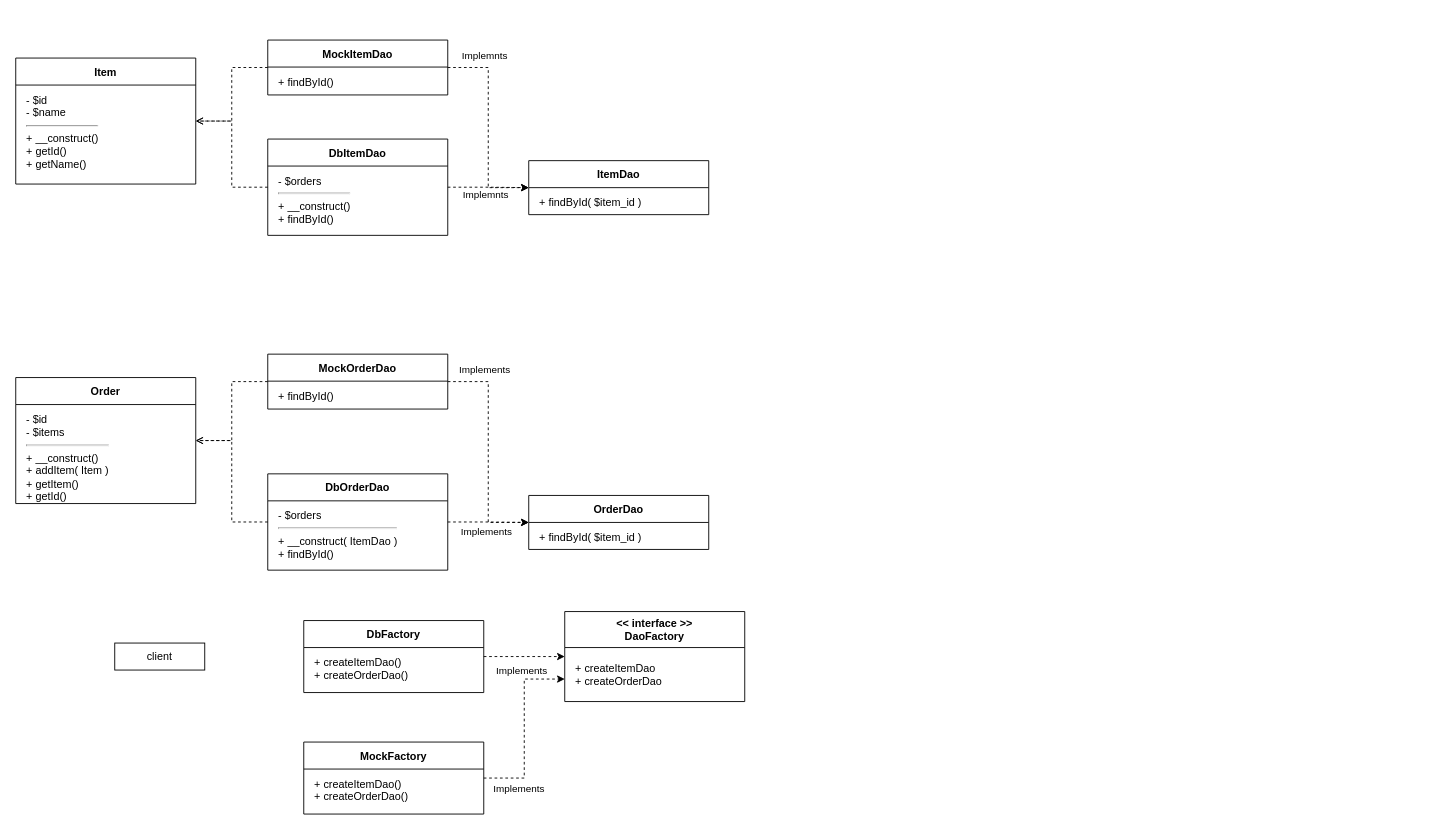
hanahageWanko/php-project keeps this draw.io diagram as design-pattern/AbstractFactory/class-diagram.drawio. Above is the earlier version. Source tidied: cells renumbered, new cells numbered last; positions are measured from the earlier drawing's top-left corner, leaving out a move shared by most shapes. Both pictures are drawn from the tidied source at 90%, with x=0, y=0 at pixel (15, 40).
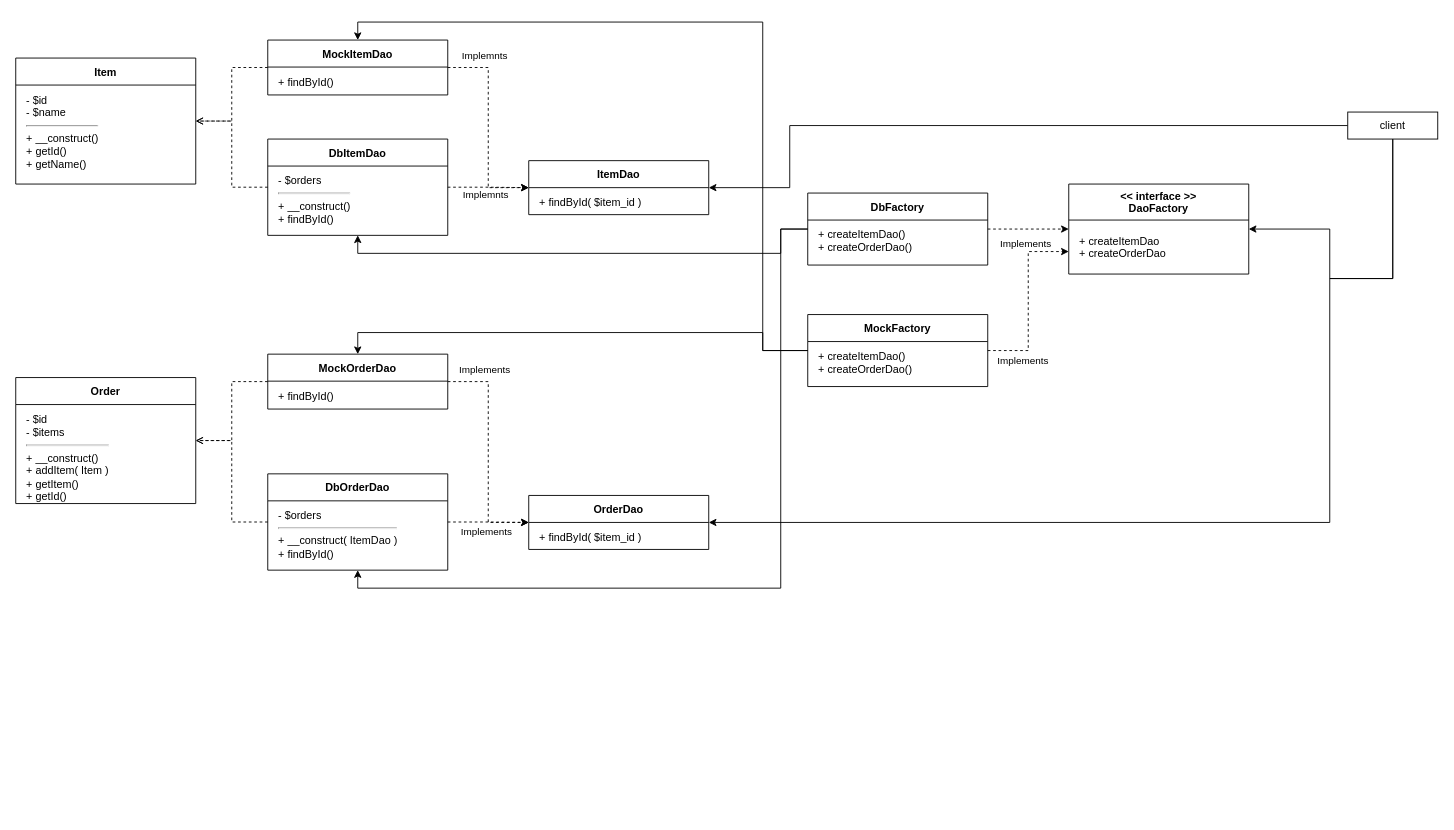
Above is the later version.

Commit message (it also covers changes not shown here):
update design-pattern<Abstract Factory> design-diagram

The change refers to these unchanged cells:
```xml
<mxCell id="13" value="ItemDao" style="swimlane;startSize=30;" parent="1" vertex="1">
  <mxGeometry x="570" y="134" width="200" height="60" as="geometry" />
</mxCell>
<mxCell id="15" value="OrderDao" style="swimlane;startSize=30;" parent="1" vertex="1">
  <mxGeometry x="570" y="506" width="200" height="60" as="geometry" />
</mxCell>
<mxCell id="20" value="DbOrderDao" style="swimlane;startSize=30;" parent="1" vertex="1">
  <mxGeometry x="280" y="482" width="200" height="107" as="geometry" />
</mxCell>
<mxCell id="25" value="DbItemDao" style="swimlane;startSize=30;" parent="1" vertex="1">
  <mxGeometry x="280" y="110" width="200" height="107" as="geometry" />
</mxCell>
<mxCell id="30" value="MockOrderDao" style="swimlane;startSize=30;" parent="1" vertex="1">
  <mxGeometry x="280" y="349" width="200" height="61" as="geometry" />
</mxCell>
<mxCell id="35" value="MockItemDao" style="swimlane;startSize=30;" parent="1" vertex="1">
  <mxGeometry x="280" width="200" height="61" as="geometry" />
</mxCell>
```

The edit, as a diff of the source:
```diff
@@
+    <mxCell id="41" style="edgeStyle=orthogonalEdgeStyle;rounded=0;jettySize=auto;html=1;entryX=1;entryY=0.5;entryDx=0;entryDy=0;" parent="1" edge="1" source="2" target="3">
+      <mxGeometry relative="1" as="geometry">
+        <Array as="points">
+          <mxPoint x="1460" y="265" />
+          <mxPoint x="1460" y="210" />
+        </Array>
+      </mxGeometry>
+    </mxCell>
+    <mxCell id="42" style="edgeStyle=orthogonalEdgeStyle;rounded=0;jettySize=auto;html=1;entryX=1;entryY=0.5;entryDx=0;entryDy=0;" parent="1" edge="1" source="2" target="15">
+      <mxGeometry relative="1" as="geometry">
+        <Array as="points">
+          <mxPoint x="1460" y="265" />
+          <mxPoint x="1460" y="536" />
+        </Array>
+      </mxGeometry>
+    </mxCell>
+    <mxCell id="43" style="edgeStyle=orthogonalEdgeStyle;rounded=0;jettySize=auto;html=1;entryX=1;entryY=0.5;entryDx=0;entryDy=0;" parent="1" edge="1" source="2" target="13">
+      <mxGeometry relative="1" as="geometry">
+        <Array as="points">
+          <mxPoint x="860" y="95" />
+          <mxPoint x="860" y="164" />
+        </Array>
+      </mxGeometry>
+    </mxCell>
     <mxCell id="2" value="client" style="rounded=0;whiteSpace=wrap;html=1;" parent="1" vertex="1">
-      <mxGeometry x="110" y="670" width="100" height="30" as="geometry" />
+      <mxGeometry x="1480" y="80" width="100" height="30" as="geometry" />
     </mxCell>
     <mxCell id="3" value="&lt;&lt; interface &gt;&gt;&#10;DaoFactory" style="swimlane;startSize=40;" parent="1" vertex="1">
-      <mxGeometry x="610" y="635" width="200" height="100" as="geometry" />
+      <mxGeometry x="1170" y="160" width="200" height="100" as="geometry" />
     </mxCell>
@@
+    <mxCell id="44" style="edgeStyle=orthogonalEdgeStyle;rounded=0;jettySize=auto;html=1;entryX=0.5;entryY=1;entryDx=0;entryDy=0;exitX=0;exitY=0.5;exitDx=0;exitDy=0;" parent="1" edge="1" source="7" target="25">
+      <mxGeometry relative="1" as="geometry">
+        <Array as="points">
+          <mxPoint x="850" y="210" />
+          <mxPoint x="850" y="237" />
+          <mxPoint x="380" y="237" />
+        </Array>
+      </mxGeometry>
+    </mxCell>
+    <mxCell id="45" style="edgeStyle=orthogonalEdgeStyle;rounded=0;jettySize=auto;html=1;entryX=0.5;entryY=1;entryDx=0;entryDy=0;" parent="1" edge="1" source="7" target="20">
+      <mxGeometry relative="1" as="geometry">
+        <Array as="points">
+          <mxPoint x="850" y="210" />
+          <mxPoint x="850" y="609" />
+          <mxPoint x="380" y="609" />
+        </Array>
+      </mxGeometry>
+    </mxCell>
     <mxCell id="7" value="DbFactory" style="swimlane;startSize=30;" parent="1" vertex="1">
-      <mxGeometry x="320" y="645" width="200" height="80" as="geometry" />
+      <mxGeometry x="880" y="170" width="200" height="80" as="geometry" />
     </mxCell>
@@
+    <mxCell id="46" style="edgeStyle=orthogonalEdgeStyle;rounded=0;jettySize=auto;html=1;entryX=0.5;entryY=0;entryDx=0;entryDy=0;" parent="1" edge="1" source="11" target="35">
+      <mxGeometry relative="1" as="geometry">
+        <Array as="points">
+          <mxPoint x="830" y="345" />
+          <mxPoint x="830" y="-20" />
+          <mxPoint x="380" y="-20" />
+        </Array>
+      </mxGeometry>
+    </mxCell>
     <mxCell id="11" value="MockFactory" style="swimlane;startSize=30;" parent="1" vertex="1">
-      <mxGeometry x="320" y="780" width="200" height="80" as="geometry" />
+      <mxGeometry x="880" y="305" width="200" height="80" as="geometry" />
     </mxCell>
@@
+    <mxCell id="47" style="edgeStyle=orthogonalEdgeStyle;rounded=0;jettySize=auto;html=1;entryX=0.5;entryY=0;entryDx=0;entryDy=0;" parent="1" edge="1" target="30">
+      <mxGeometry relative="1" as="geometry">
+        <mxPoint x="880" y="345" as="sourcePoint" />
+        <Array as="points">
+          <mxPoint x="830" y="345" />
+          <mxPoint x="830" y="325" />
+          <mxPoint x="380" y="325" />
+        </Array>
+      </mxGeometry>
+    </mxCell>
```
